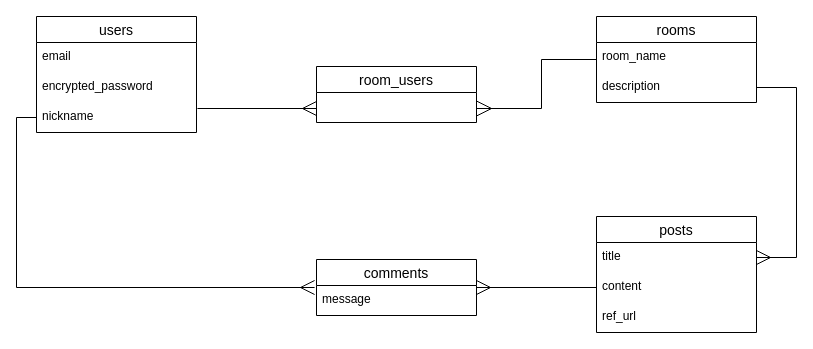
Earlier version of the draw.io diagram ER.dio (KentaHarada06/gurutto-s). Source tidied: cells renumbered, new cells numbered last; positions are measured from the earlier drawing's top-left corner, leaving out a move shared by most shapes. Both pictures are drawn from the tidied source at 100%, with x=0, y=0 at pixel (36, 16).
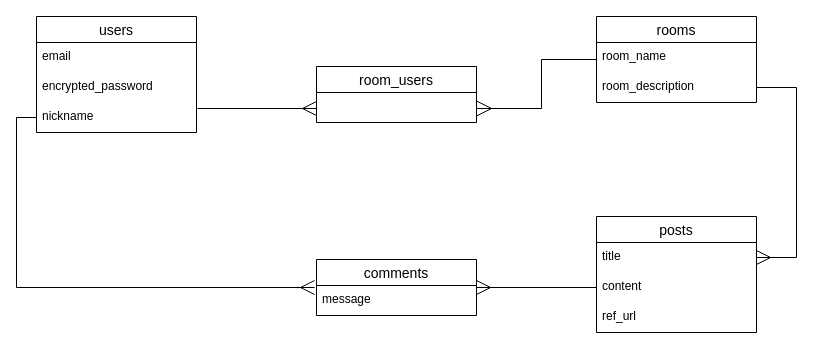
The same diagram, later.

The change refers to these unchanged cells:
```xml
<mxCell id="7" value="rooms" style="swimlane;fontStyle=0;horizontal=1;startSize=26;align=center;fontSize=14;" parent="1" vertex="1">
  <mxGeometry x="560" width="160" height="86" as="geometry" />
</mxCell>
```

Diff of the diagram source:
```diff
@@
-    <mxCell id="9" value="description" style="text;strokeColor=none;fillColor=none;spacingLeft=4;spacingRight=4;overflow=hidden;points=[[0,0.5],[1,0.5]];portConstraint=eastwest;fontSize=12;" parent="7" vertex="1">
+    <mxCell id="9" value="room_description" style="text;strokeColor=none;fillColor=none;spacingLeft=4;spacingRight=4;overflow=hidden;points=[[0,0.5],[1,0.5]];portConstraint=eastwest;fontSize=12;" parent="7" vertex="1">
       <mxGeometry y="56" width="160" height="30" as="geometry" />
     </mxCell>
```
